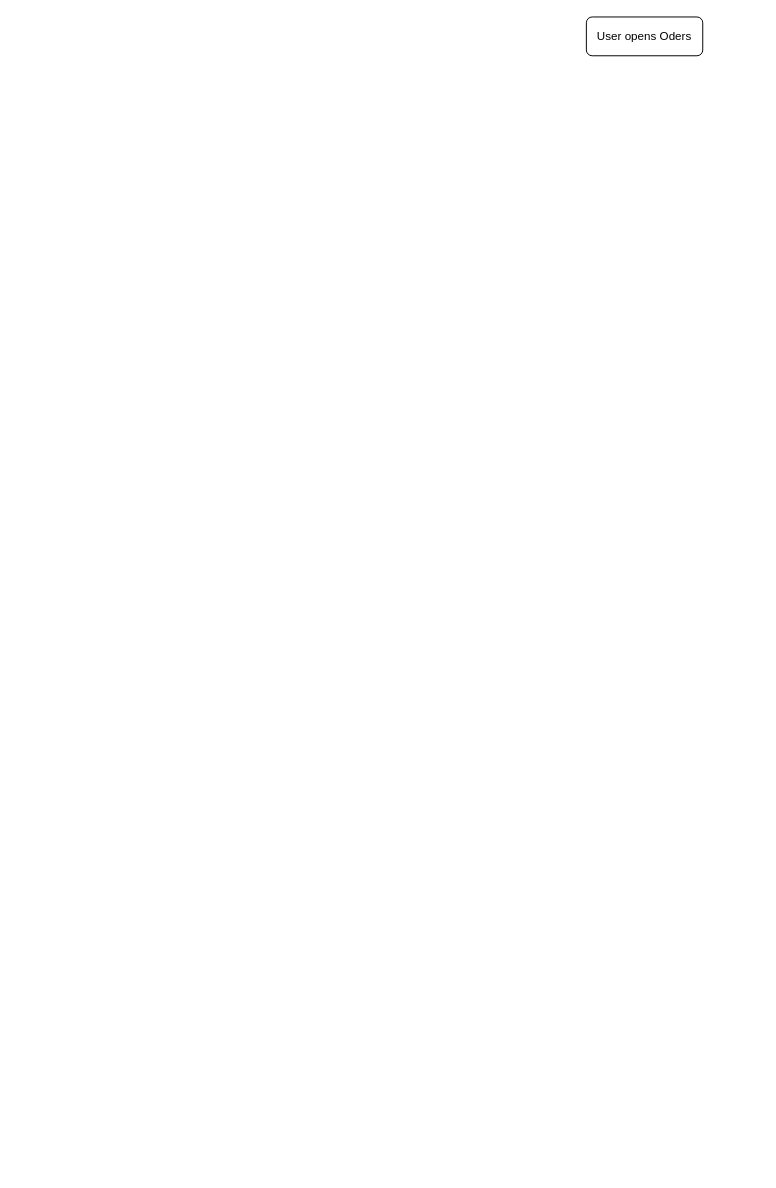
The draw.io diagram PLANING/FLOWCHARTS/LAP-Vorbereitung-User-Orders.drawio in ArminL96/LAP_Vorbereitung_IT-LAB_Schuhgeschaeft, before the edit. Source tidied: cells renumbered, new cells numbered last; positions are measured from the earlier drawing's top-left corner, leaving out a move shared by most shapes. Both pictures are drawn from the tidied source at 97%, with x=0, y=0 at pixel (586, 16).
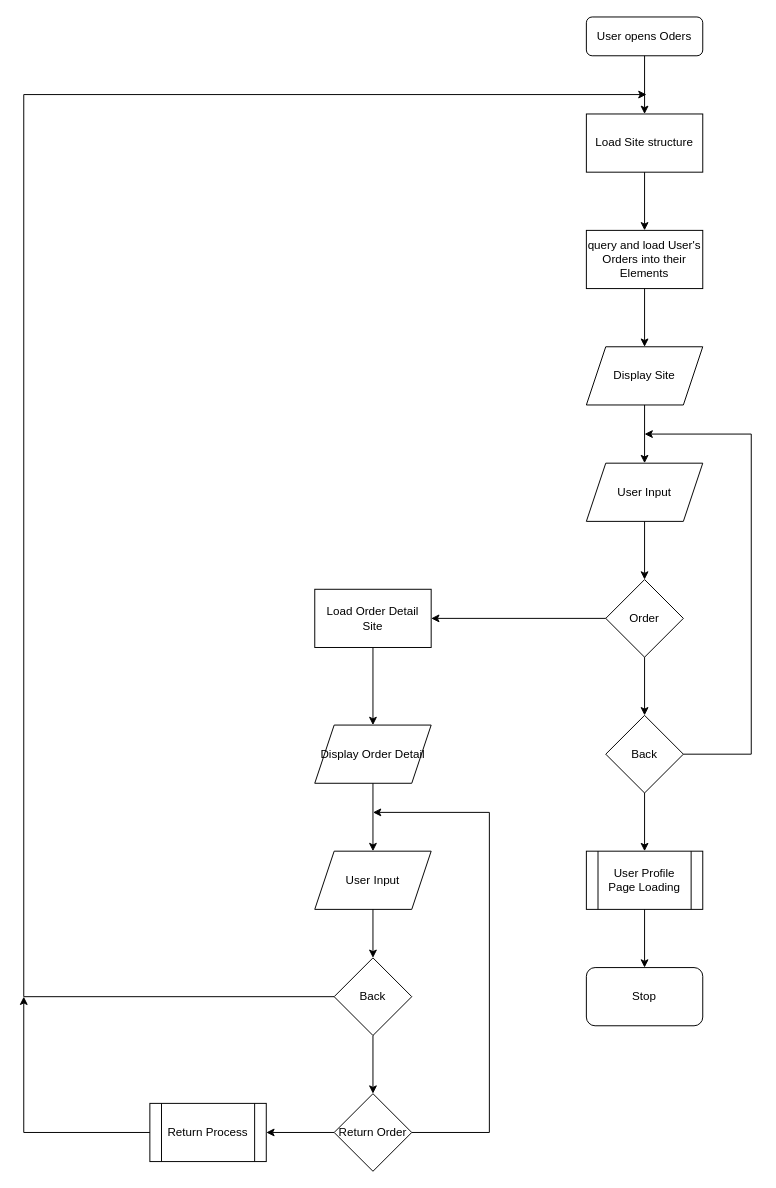
The same diagram, later.

Commit message:
Update LAP-Vorbereitung-User-Orders

Updated LAP-Vorbereitung-User-Orders.drawio

Unchanged cells that the change refers to:
```xml
<mxCell id="2" value="User opens Oders" style="rounded=1;whiteSpace=wrap;html=1;fontSize=12;glass=0;strokeWidth=1;shadow=0;" parent="1" vertex="1">
  <mxGeometry width="120" height="40" as="geometry" />
</mxCell>
```

The edit, as a diff of the source:
```diff
@@
+    <mxCell id="3" value="Load Site structure" style="rounded=0;whiteSpace=wrap;html=1;" parent="1" vertex="1">
+      <mxGeometry y="100" width="120" height="60" as="geometry" />
+    </mxCell>
+    <mxCell id="4" style="endArrow=classic;html=1;rounded=0;exitX=0.5;exitY=1;exitDx=0;exitDy=0;entryX=0.5;entryY=0;entryDx=0;entryDy=0;" parent="1" edge="1" source="2" target="3">
+      <mxGeometry relative="1" as="geometry" />
+    </mxCell>
+    <mxCell id="5" value="query and load User's Orders into their Elements" style="rounded=0;whiteSpace=wrap;html=1;" parent="1" vertex="1">
+      <mxGeometry y="220" width="120" height="60" as="geometry" />
+    </mxCell>
+    <mxCell id="6" style="endArrow=classic;html=1;rounded=0;exitX=0.5;exitY=1;exitDx=0;exitDy=0;entryX=0.5;entryY=0;entryDx=0;entryDy=0;" parent="1" edge="1" source="3" target="5">
+      <mxGeometry relative="1" as="geometry" />
+    </mxCell>
+    <mxCell id="7" value="Display Site" style="shape=parallelogram;perimeter=parallelogramPerimeter;whiteSpace=wrap;html=1;fixedSize=1;" parent="1" vertex="1">
+      <mxGeometry y="340" width="120" height="60" as="geometry" />
+    </mxCell>
+    <mxCell id="8" style="endArrow=classic;html=1;rounded=0;exitX=0.5;exitY=1;exitDx=0;exitDy=0;entryX=0.5;entryY=0;entryDx=0;entryDy=0;" parent="1" edge="1" source="5" target="7">
+      <mxGeometry relative="1" as="geometry" />
+    </mxCell>
+    <mxCell id="9" value="User Input" style="shape=parallelogram;perimeter=parallelogramPerimeter;whiteSpace=wrap;html=1;fixedSize=1;" parent="1" vertex="1">
+      <mxGeometry y="460" width="120" height="60" as="geometry" />
+    </mxCell>
+    <mxCell id="10" style="endArrow=classic;html=1;rounded=0;exitX=0.5;exitY=1;exitDx=0;exitDy=0;entryX=0.5;entryY=0;entryDx=0;entryDy=0;" parent="1" edge="1" source="7" target="9">
+      <mxGeometry relative="1" as="geometry" />
+    </mxCell>
+    <mxCell id="11" value="Order" style="rhombus;whiteSpace=wrap;html=1;" parent="1" vertex="1">
+      <mxGeometry x="20" y="580" width="80" height="80" as="geometry" />
+    </mxCell>
+    <mxCell id="12" value="Back" style="rhombus;whiteSpace=wrap;html=1;" parent="1" vertex="1">
+      <mxGeometry x="20" y="720" width="80" height="80" as="geometry" />
+    </mxCell>
+    <mxCell id="13" style="endArrow=classic;html=1;rounded=0;exitX=0.5;exitY=1;exitDx=0;exitDy=0;entryX=0.5;entryY=0;entryDx=0;entryDy=0;" parent="1" edge="1" source="9" target="11">
+      <mxGeometry relative="1" as="geometry" />
+    </mxCell>
+    <mxCell id="14" style="endArrow=classic;html=1;rounded=0;exitX=0.5;exitY=1;exitDx=0;exitDy=0;entryX=0.5;entryY=0;entryDx=0;entryDy=0;" parent="1" edge="1" source="11" target="12">
+      <mxGeometry relative="1" as="geometry" />
+    </mxCell>
+    <mxCell id="15" style="endArrow=none;html=1;rounded=0;exitX=1;exitY=0.5;exitDx=0;exitDy=0;" parent="1" edge="1" source="12">
+      <mxGeometry relative="1" as="geometry">
+        <mxPoint x="170" y="760" as="targetPoint" />
+      </mxGeometry>
+    </mxCell>
+    <mxCell id="16" style="endArrow=none;html=1;rounded=0;" parent="1" edge="1">
+      <mxGeometry relative="1" as="geometry">
+        <mxPoint x="170" y="760" as="sourcePoint" />
+        <mxPoint x="170" y="430" as="targetPoint" />
+      </mxGeometry>
+    </mxCell>
+    <mxCell id="17" style="endArrow=classic;html=1;rounded=0;" parent="1" edge="1">
+      <mxGeometry relative="1" as="geometry">
+        <mxPoint x="170" y="430" as="sourcePoint" />
+        <mxPoint x="60" y="430" as="targetPoint" />
+      </mxGeometry>
+    </mxCell>
+    <mxCell id="18" value="Stop" style="rounded=1;whiteSpace=wrap;html=1;" parent="1" vertex="1">
+      <mxGeometry y="980" width="120" height="60" as="geometry" />
+    </mxCell>
+    <mxCell id="19" style="endArrow=classic;html=1;rounded=0;exitX=0.5;exitY=1;exitDx=0;exitDy=0;entryX=0.5;entryY=0;entryDx=0;entryDy=0;" parent="1" edge="1" source="12" target="20">
+      <mxGeometry relative="1" as="geometry" />
+    </mxCell>
+    <mxCell id="20" value="User Profile Page Loading" style="shape=process;whiteSpace=wrap;html=1;backgroundOutline=1;" parent="1" vertex="1">
+      <mxGeometry y="860" width="120" height="60" as="geometry" />
+    </mxCell>
+    <mxCell id="21" style="endArrow=classic;html=1;rounded=0;exitX=0.5;exitY=1;exitDx=0;exitDy=0;entryX=0.5;entryY=0;entryDx=0;entryDy=0;" parent="1" edge="1" source="20" target="18">
+      <mxGeometry relative="1" as="geometry" />
+    </mxCell>
+    <mxCell id="22" value="Load Order Detail Site" style="rounded=0;whiteSpace=wrap;html=1;" parent="1" vertex="1">
+      <mxGeometry x="-280" y="590" width="120" height="60" as="geometry" />
+    </mxCell>
+    <mxCell id="23" style="endArrow=classic;html=1;rounded=0;exitX=0;exitY=0.5;exitDx=0;exitDy=0;entryX=1;entryY=0.5;entryDx=0;entryDy=0;" parent="1" edge="1" source="11" target="22">
+      <mxGeometry relative="1" as="geometry" />
+    </mxCell>
+    <mxCell id="24" value="Display Order Detail" style="shape=parallelogram;perimeter=parallelogramPerimeter;whiteSpace=wrap;html=1;fixedSize=1;" parent="1" vertex="1">
+      <mxGeometry x="-280" y="730" width="120" height="60" as="geometry" />
+    </mxCell>
+    <mxCell id="25" style="endArrow=classic;html=1;rounded=0;exitX=0.5;exitY=1;exitDx=0;exitDy=0;entryX=0.5;entryY=0;entryDx=0;entryDy=0;" parent="1" edge="1" source="22" target="24">
+      <mxGeometry relative="1" as="geometry" />
+    </mxCell>
+    <mxCell id="26" value="User Input" style="shape=parallelogram;perimeter=parallelogramPerimeter;whiteSpace=wrap;html=1;fixedSize=1;" parent="1" vertex="1">
+      <mxGeometry x="-280" y="860" width="120" height="60" as="geometry" />
+    </mxCell>
+    <mxCell id="27" style="endArrow=classic;html=1;rounded=0;exitX=0.5;exitY=1;exitDx=0;exitDy=0;entryX=0.5;entryY=0;entryDx=0;entryDy=0;" parent="1" edge="1" source="24" target="26">
+      <mxGeometry relative="1" as="geometry" />
+    </mxCell>
+    <mxCell id="28" value="Back" style="rhombus;whiteSpace=wrap;html=1;" parent="1" vertex="1">
+      <mxGeometry x="-260" y="970" width="80" height="80" as="geometry" />
+    </mxCell>
+    <mxCell id="29" value="Return Order" style="rhombus;whiteSpace=wrap;html=1;" parent="1" vertex="1">
+      <mxGeometry x="-260" y="1110" width="80" height="80" as="geometry" />
+    </mxCell>
+    <mxCell id="30" style="endArrow=classic;html=1;rounded=0;exitX=0.5;exitY=1;exitDx=0;exitDy=0;entryX=0.5;entryY=0;entryDx=0;entryDy=0;" parent="1" edge="1" source="26" target="28">
+      <mxGeometry relative="1" as="geometry" />
+    </mxCell>
+    <mxCell id="31" style="endArrow=classic;html=1;rounded=0;exitX=0.5;exitY=1;exitDx=0;exitDy=0;entryX=0.5;entryY=0;entryDx=0;entryDy=0;" parent="1" edge="1" source="28" target="29">
+      <mxGeometry relative="1" as="geometry" />
+    </mxCell>
+    <mxCell id="32" style="endArrow=classic;html=1;rounded=0;exitX=0;exitY=0.5;exitDx=0;exitDy=0;" parent="1" edge="1" source="29" target="33">
+      <mxGeometry relative="1" as="geometry" />
+    </mxCell>
+    <mxCell id="33" value="Return Process" style="shape=process;whiteSpace=wrap;html=1;backgroundOutline=1;" parent="1" vertex="1">
+      <mxGeometry x="-450" y="1120" width="120" height="60" as="geometry" />
+    </mxCell>
+    <mxCell id="34" style="endArrow=none;html=1;rounded=0;entryX=0;entryY=0.5;entryDx=0;entryDy=0;" parent="1" edge="1" target="28">
+      <mxGeometry relative="1" as="geometry">
+        <mxPoint x="-580" y="1010" as="sourcePoint" />
+      </mxGeometry>
+    </mxCell>
+    <mxCell id="35" style="endArrow=none;html=1;rounded=0;exitX=1;exitY=0.5;exitDx=0;exitDy=0;" parent="1" edge="1" source="29">
+      <mxGeometry relative="1" as="geometry">
+        <mxPoint x="-100" y="1150" as="targetPoint" />
+      </mxGeometry>
+    </mxCell>
+    <mxCell id="36" style="endArrow=none;html=1;rounded=0;" parent="1" edge="1">
+      <mxGeometry relative="1" as="geometry">
+        <mxPoint x="-100" y="1150" as="sourcePoint" />
+        <mxPoint x="-100" y="820" as="targetPoint" />
+      </mxGeometry>
+    </mxCell>
+    <mxCell id="37" style="endArrow=classic;html=1;rounded=0;" parent="1" edge="1">
+      <mxGeometry relative="1" as="geometry">
+        <mxPoint x="-100" y="820" as="sourcePoint" />
+        <mxPoint x="-220" y="820" as="targetPoint" />
+      </mxGeometry>
+    </mxCell>
+    <mxCell id="38" style="endArrow=none;html=1;rounded=0;" parent="1" edge="1">
+      <mxGeometry relative="1" as="geometry">
+        <mxPoint x="-580" y="1010" as="sourcePoint" />
+        <mxPoint x="-580" y="80" as="targetPoint" />
+      </mxGeometry>
+    </mxCell>
+    <mxCell id="39" style="endArrow=classic;html=1;rounded=0;" parent="1" edge="1">
+      <mxGeometry relative="1" as="geometry">
+        <mxPoint x="-580" y="80" as="sourcePoint" />
+        <mxPoint x="62" y="80" as="targetPoint" />
+      </mxGeometry>
+    </mxCell>
+    <mxCell id="40" style="endArrow=none;html=1;rounded=0;entryX=0;entryY=0.5;entryDx=0;entryDy=0;" parent="1" edge="1" target="33">
+      <mxGeometry relative="1" as="geometry">
+        <mxPoint x="-580" y="1150" as="sourcePoint" />
+      </mxGeometry>
+    </mxCell>
+    <mxCell id="41" style="endArrow=classic;html=1;rounded=0;" parent="1" edge="1">
+      <mxGeometry relative="1" as="geometry">
+        <mxPoint x="-580" y="1150" as="sourcePoint" />
+        <mxPoint x="-580" y="1010" as="targetPoint" />
+      </mxGeometry>
+    </mxCell>
```
